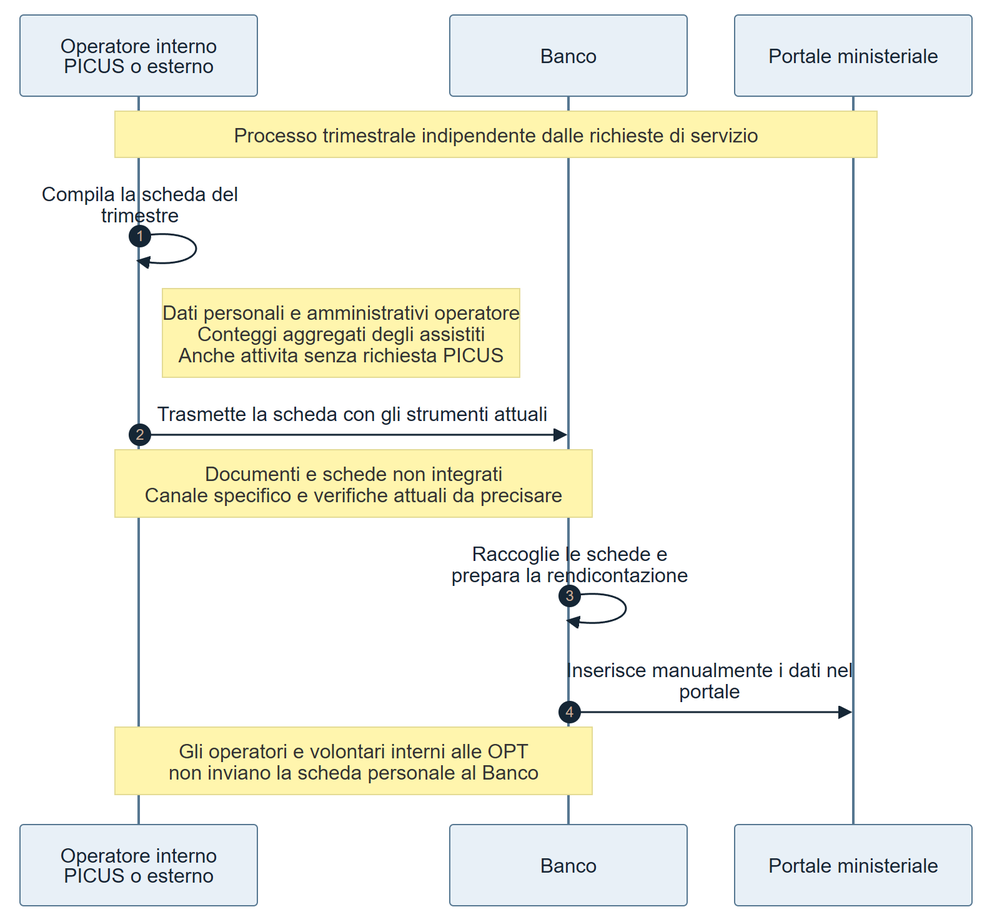
This is docs/requirements/diagrams/ASIS-01-rendicontazione.png from Pinguini-alla-Fragola/Progetto-SAD, a Mermaid export, as it was before one commit. Its source is kept beside it as docs/requirements/diagrams/ASIS-01-rendicontazione.mmd.
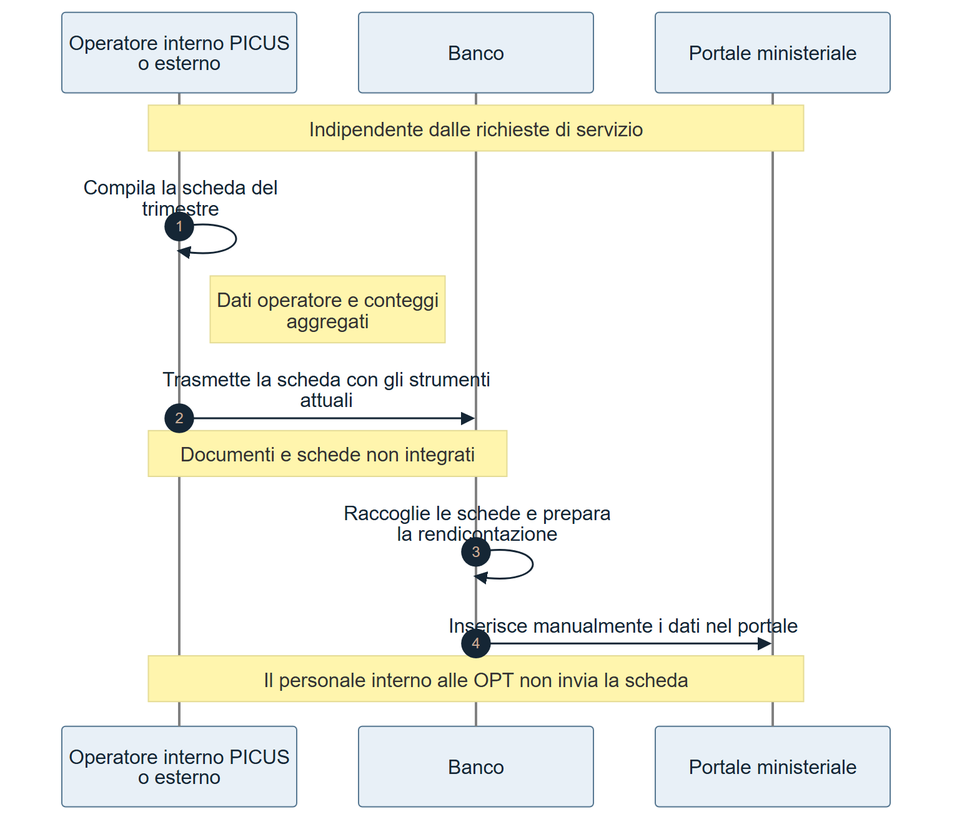
After the commit.

Commit message:
docs: accorcia le note dei diagrammi as-is

Change to the diagram source:
```diff
@@ -4,11 +4,11 @@
     participant B as Banco
     participant M as Portale ministeriale
 
-    Note over O,M: Processo trimestrale indipendente dalle richieste di servizio
+    Note over O,M: Indipendente dalle richieste di servizio
     O->>O: Compila la scheda del trimestre
-    Note right of O: Dati personali e amministrativi operatore<br/>Conteggi aggregati degli assistiti<br/>Anche attivita senza richiesta PICUS
+    Note right of O: Dati operatore e conteggi aggregati
     O->>B: Trasmette la scheda con gli strumenti attuali
-    Note over O,B: Documenti e schede non integrati<br/>Canale specifico e verifiche attuali da precisare
+    Note over O,B: Documenti e schede non integrati
     B->>B: Raccoglie le schede e prepara la rendicontazione
     B->>M: Inserisce manualmente i dati nel portale
-    Note over O,B: Gli operatori e volontari interni alle OPT<br/>non inviano la scheda personale al Banco
+    Note over O,M: Il personale interno alle OPT non invia la scheda
```
